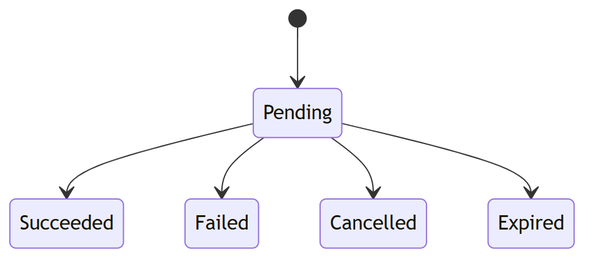
Above: doc/diagrams/v1/03-payment-states.png in kreativesahara/ticket (Mermaid), before the change. Its source is kept beside it as doc/diagrams/v1/03-payment-states.mmd.
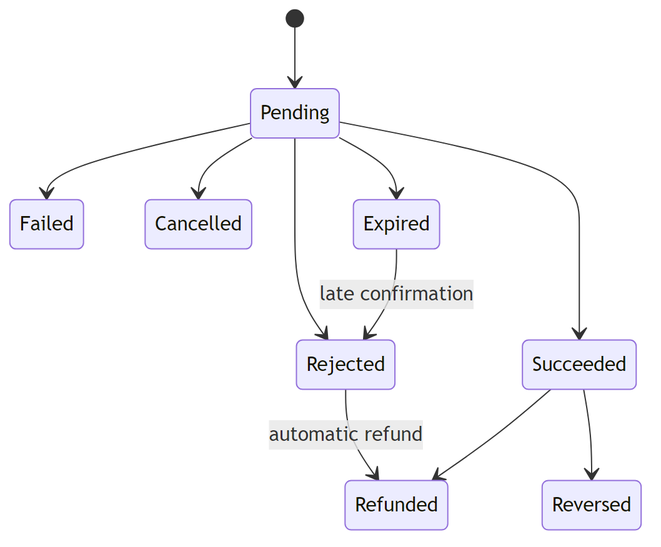
Later version of the same file.

Diff of the diagram source:
```diff
@@ -1,6 +1,11 @@
 stateDiagram-v2
     [*] --> Pending
     Pending --> Succeeded
+    Pending --> Rejected
     Pending --> Failed
     Pending --> Cancelled
     Pending --> Expired
+    Expired --> Rejected : late confirmation
+    Rejected --> Refunded : automatic refund
+    Succeeded --> Refunded
+    Succeeded --> Reversed
```
